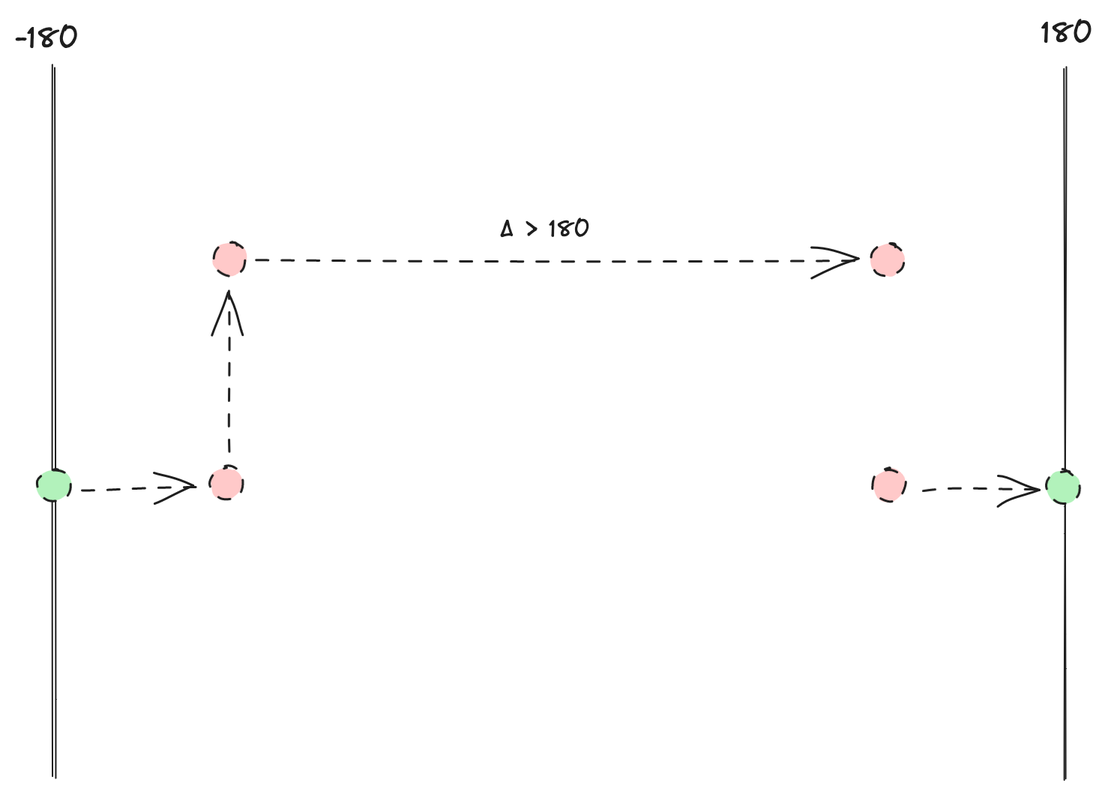
Above: docs/img/another-delta.png in gadomski/antimeridian (Excalidraw), before the change. Source tidied: one line per element, renumbered; positions are measured from the earlier drawing's top-left corner, leaving out a move shared by most shapes. Its diagram source:
```json
{"id": 0, "type": "line", "strokeColor": "#1e1e1e", "strokeWidth": 1, "roughness": 1, "round": true, "x": 701, "y": 36, "width": 0, "height": 474, "points": [[0, 0], [0, 474]]}
{"id": 1, "type": "line", "strokeColor": "#1e1e1e", "strokeWidth": 1, "roughness": 1, "round": true, "x": 26, "y": 34, "width": 0, "height": 474, "points": [[0, 0], [0, 474]]}
{"id": 2, "type": "text", "text": "-180", "strokeColor": "#1e1e1e", "strokeWidth": 1, "roughness": 1, "fontSize": 20, "fontFamily": 1, "x": 0, "y": 4, "width": 43, "height": 25}
{"id": 3, "type": "text", "text": "180", "strokeColor": "#1e1e1e", "strokeWidth": 1, "roughness": 1, "fontSize": 20, "fontFamily": 1, "x": 685, "y": 0, "width": 34, "height": 25}
{"id": 4, "type": "ellipse", "strokeColor": "#1e1e1e", "backgroundColor": "#ffc9c9", "fillStyle": "solid", "strokeWidth": 1, "strokeStyle": "dashed", "roughness": 1, "x": 132, "y": 152, "width": 22, "height": 22}
{"id": 5, "type": "ellipse", "strokeColor": "#1e1e1e", "backgroundColor": "#ffc9c9", "fillStyle": "solid", "strokeWidth": 1, "strokeStyle": "dashed", "roughness": 1, "x": 130, "y": 302, "width": 22, "height": 22}
{"id": 6, "type": "ellipse", "strokeColor": "#1e1e1e", "backgroundColor": "#ffc9c9", "fillStyle": "solid", "strokeWidth": 1, "strokeStyle": "dashed", "roughness": 1, "x": 571, "y": 152, "width": 22, "height": 22}
{"id": 7, "type": "ellipse", "strokeColor": "#1e1e1e", "backgroundColor": "#ffc9c9", "fillStyle": "solid", "strokeWidth": 1, "strokeStyle": "dashed", "roughness": 1, "x": 572, "y": 302, "width": 22, "height": 22}
{"id": 8, "type": "ellipse", "strokeColor": "#1e1e1e", "backgroundColor": "#b2f2bb", "fillStyle": "solid", "strokeWidth": 1, "strokeStyle": "dashed", "roughness": 1, "x": 688, "y": 304, "width": 22, "height": 22}
{"id": 9, "type": "arrow", "strokeColor": "#1e1e1e", "backgroundColor": "#b2f2bb", "fillStyle": "solid", "strokeWidth": 1, "strokeStyle": "dashed", "roughness": 1, "endArrowhead": "arrow", "from": 7, "to": 8, "x": 604, "y": 316, "width": 77, "height": 0, "points": [[0, 0], [77, 0]]}
{"id": 10, "type": "ellipse", "strokeColor": "#1e1e1e", "backgroundColor": "#b2f2bb", "fillStyle": "solid", "strokeWidth": 1, "strokeStyle": "dashed", "roughness": 1, "x": 15, "y": 302, "width": 22, "height": 22}
{"id": 11, "type": "arrow", "strokeColor": "#1e1e1e", "backgroundColor": "#b2f2bb", "fillStyle": "solid", "strokeWidth": 1, "strokeStyle": "dashed", "roughness": 1, "endArrowhead": "arrow", "from": 10, "to": 5, "x": 44, "y": 316, "width": 78, "height": 1, "points": [[0, 0], [78, -1]]}
{"id": 12, "type": "arrow", "strokeColor": "#1e1e1e", "backgroundColor": "#b2f2bb", "fillStyle": "solid", "strokeWidth": 1, "strokeStyle": "dashed", "roughness": 1, "endArrowhead": "arrow", "from": 5, "to": 4, "x": 144, "y": 290, "width": 1, "height": 107, "points": [[0, 0], [-1, -107]]}
{"id": 13, "type": "arrow", "strokeColor": "#1e1e1e", "backgroundColor": "#b2f2bb", "fillStyle": "solid", "strokeWidth": 1, "strokeStyle": "dashed", "roughness": 1, "endArrowhead": "arrow", "from": 4, "to": 6, "x": 162, "y": 162, "width": 399, "height": 2, "points": [[0, 0], [399, 2]]}
{"id": 14, "type": "text", "text": "∆ > 180", "strokeColor": "#1e1e1e", "backgroundColor": "#b2f2bb", "fillStyle": "solid", "strokeWidth": 1, "strokeStyle": "dashed", "roughness": 1, "fontSize": 16, "fontFamily": 1, "x": 324, "y": 134, "width": 60, "height": 20}
```
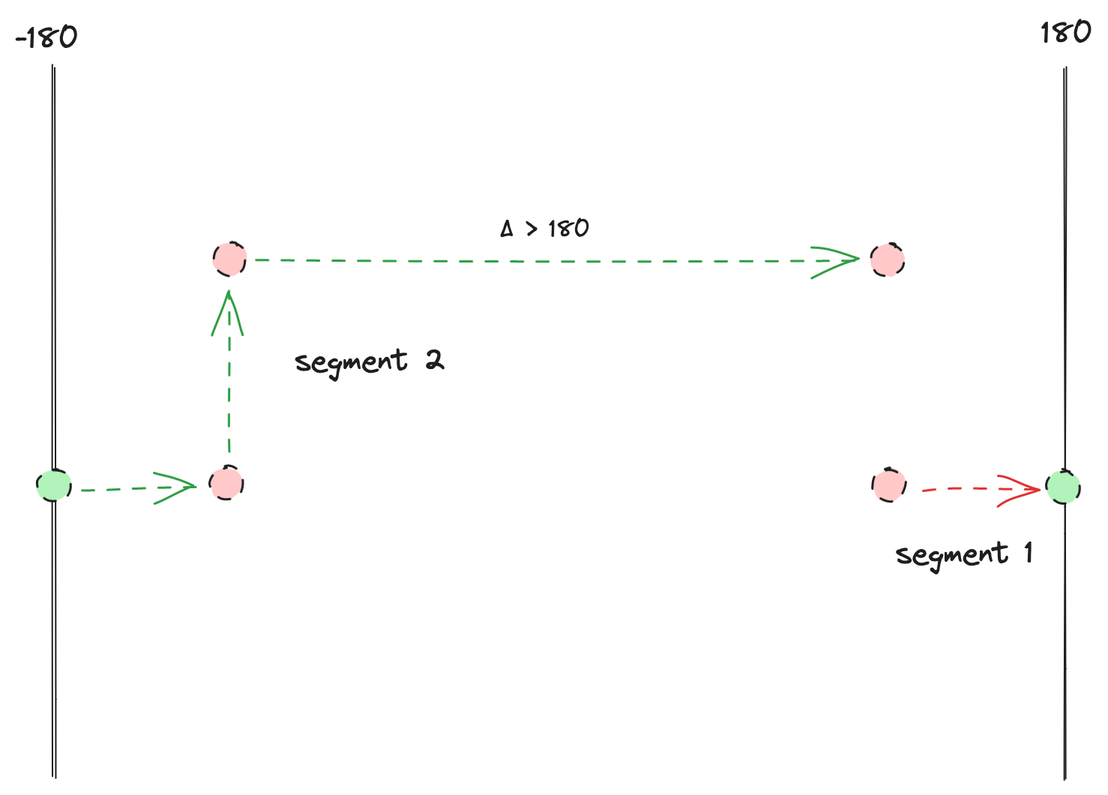
The same diagram one commit later.

The edit, as a diff of the source:
```diff
@@ -7,9 +7,11 @@
 {"id": 6, "type": "ellipse", "strokeColor": "#1e1e1e", "backgroundColor": "#ffc9c9", "fillStyle": "solid", "strokeWidth": 1, "strokeStyle": "dashed", "roughness": 1, "x": 571, "y": 152, "width": 22, "height": 22}
 {"id": 7, "type": "ellipse", "strokeColor": "#1e1e1e", "backgroundColor": "#ffc9c9", "fillStyle": "solid", "strokeWidth": 1, "strokeStyle": "dashed", "roughness": 1, "x": 572, "y": 302, "width": 22, "height": 22}
 {"id": 8, "type": "ellipse", "strokeColor": "#1e1e1e", "backgroundColor": "#b2f2bb", "fillStyle": "solid", "strokeWidth": 1, "strokeStyle": "dashed", "roughness": 1, "x": 688, "y": 304, "width": 22, "height": 22}
-{"id": 9, "type": "arrow", "strokeColor": "#1e1e1e", "backgroundColor": "#b2f2bb", "fillStyle": "solid", "strokeWidth": 1, "strokeStyle": "dashed", "roughness": 1, "endArrowhead": "arrow", "from": 7, "to": 8, "x": 604, "y": 316, "width": 77, "height": 0, "points": [[0, 0], [77, 0]]}
+{"id": 9, "type": "arrow", "strokeColor": "#e03131", "backgroundColor": "#b2f2bb", "fillStyle": "solid", "strokeWidth": 1, "strokeStyle": "dashed", "roughness": 1, "endArrowhead": "arrow", "from": 7, "to": 8, "x": 604, "y": 316, "width": 77, "height": 0, "points": [[0, 0], [77, 0]]}
 {"id": 10, "type": "ellipse", "strokeColor": "#1e1e1e", "backgroundColor": "#b2f2bb", "fillStyle": "solid", "strokeWidth": 1, "strokeStyle": "dashed", "roughness": 1, "x": 15, "y": 302, "width": 22, "height": 22}
-{"id": 11, "type": "arrow", "strokeColor": "#1e1e1e", "backgroundColor": "#b2f2bb", "fillStyle": "solid", "strokeWidth": 1, "strokeStyle": "dashed", "roughness": 1, "endArrowhead": "arrow", "from": 10, "to": 5, "x": 44, "y": 316, "width": 78, "height": 1, "points": [[0, 0], [78, -1]]}
+{"id": 11, "type": "arrow", "strokeColor": "#2f9e44", "backgroundColor": "#b2f2bb", "fillStyle": "solid", "strokeWidth": 1, "strokeStyle": "dashed", "roughness": 1, "endArrowhead": "arrow", "from": 10, "to": 5, "x": 44, "y": 316, "width": 78, "height": 1, "points": [[0, 0], [78, -1]]}
-{"id": 12, "type": "arrow", "strokeColor": "#1e1e1e", "backgroundColor": "#b2f2bb", "fillStyle": "solid", "strokeWidth": 1, "strokeStyle": "dashed", "roughness": 1, "endArrowhead": "arrow", "from": 5, "to": 4, "x": 144, "y": 290, "width": 1, "height": 107, "points": [[0, 0], [-1, -107]]}
+{"id": 12, "type": "arrow", "strokeColor": "#2f9e44", "backgroundColor": "#b2f2bb", "fillStyle": "solid", "strokeWidth": 1, "strokeStyle": "dashed", "roughness": 1, "endArrowhead": "arrow", "x": 144, "y": 290, "width": 1, "height": 107, "points": [[0, 0], [-1, -107]]}
-{"id": 13, "type": "arrow", "strokeColor": "#1e1e1e", "backgroundColor": "#b2f2bb", "fillStyle": "solid", "strokeWidth": 1, "strokeStyle": "dashed", "roughness": 1, "endArrowhead": "arrow", "from": 4, "to": 6, "x": 162, "y": 162, "width": 399, "height": 2, "points": [[0, 0], [399, 2]]}
+{"id": 13, "type": "arrow", "strokeColor": "#2f9e44", "backgroundColor": "#b2f2bb", "fillStyle": "solid", "strokeWidth": 1, "strokeStyle": "dashed", "roughness": 1, "endArrowhead": "arrow", "from": 4, "to": 6, "x": 162, "y": 162, "width": 399, "height": 2, "points": [[0, 0], [399, 2]]}
 {"id": 14, "type": "text", "text": "∆ > 180", "strokeColor": "#1e1e1e", "backgroundColor": "#b2f2bb", "fillStyle": "solid", "strokeWidth": 1, "strokeStyle": "dashed", "roughness": 1, "fontSize": 16, "fontFamily": 1, "x": 324, "y": 134, "width": 60, "height": 20}
+{"id": 15, "type": "text", "text": "segment 2", "strokeColor": "#1e1e1e", "strokeWidth": 1, "roughness": 1, "fontSize": 20, "fontFamily": 1, "x": 187, "y": 218, "width": 100, "height": 25}
+{"id": 16, "type": "text", "text": "segment 1", "strokeColor": "#1e1e1e", "strokeWidth": 1, "roughness": 1, "fontSize": 20, "fontFamily": 1, "x": 587, "y": 347, "width": 92, "height": 25}
```
